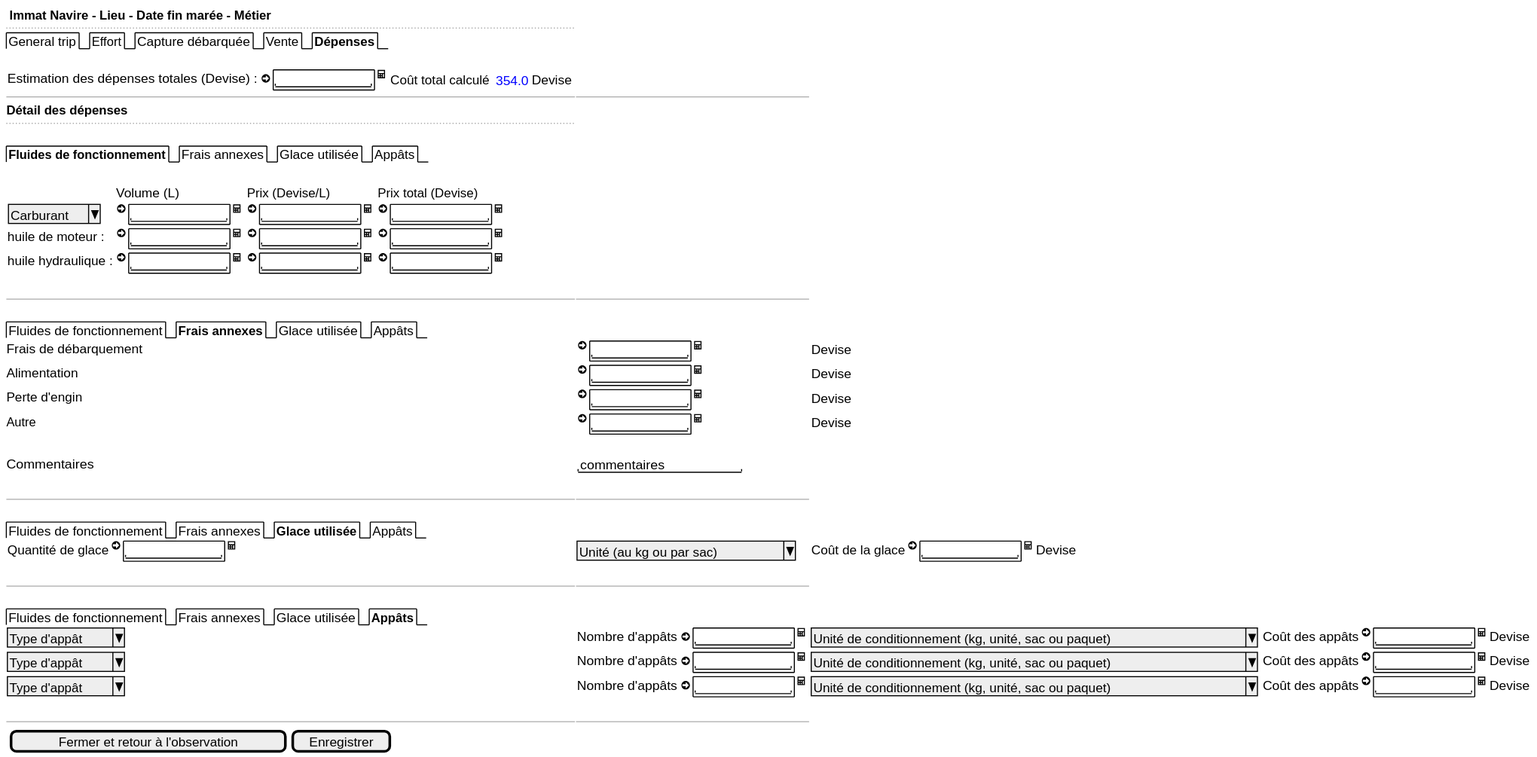
Above: use-case/collect/trip/landing-ui-expenses.svg in sumaris-net/sumaris-doc (PlantUML), before the change. Its source is kept beside it as use-case/collect/trip/landing-ui-expenses.puml.
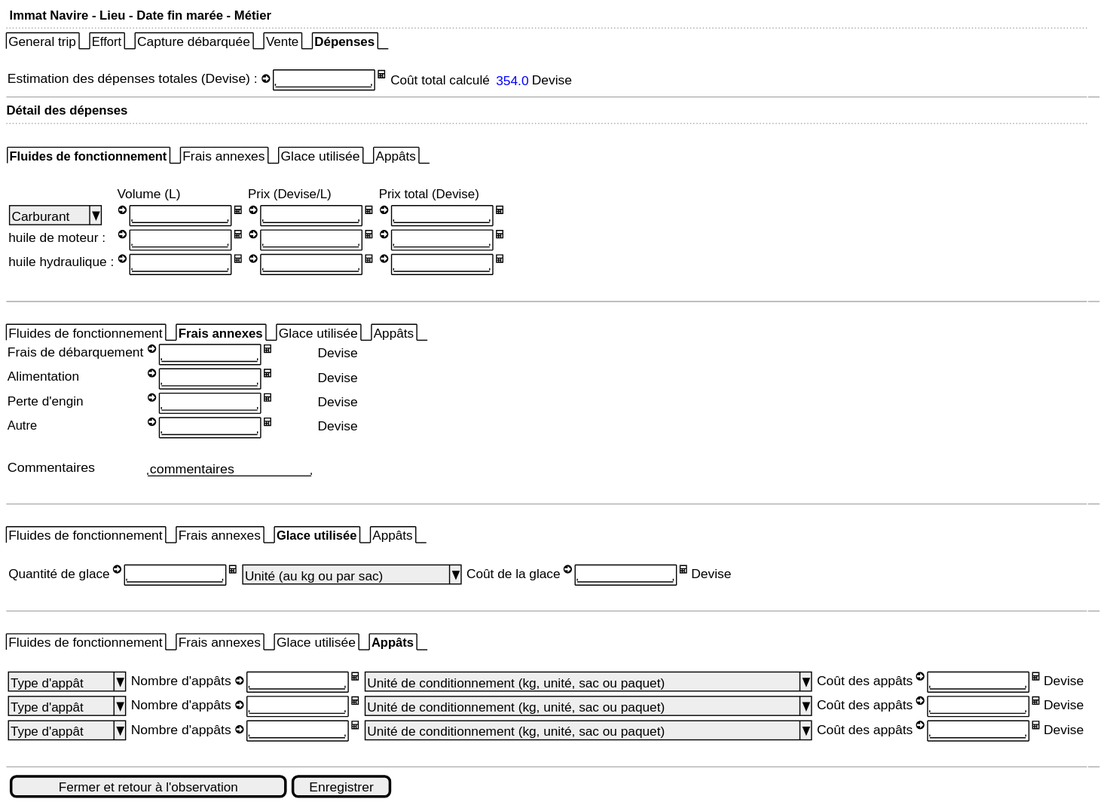
After the commit.

The edit, as a diff of the source:
```diff
@@ -9,6 +9,7 @@
   <b>Détail des dépenses
   ..
   .
+  {
     {/ <b>Fluides de fonctionnement | Frais annexes | Glace utilisée | Appâts }
   .
     {
@@ -17,31 +18,37 @@
     huile de moteur :   | { <&arrow-circle-right> {+"           " } <&calculator>} | {<&arrow-circle-right> {+"           " } <&calculator>} | {<&arrow-circle-right> {+"           " } <&calculator>}
     huile hydraulique : | { <&arrow-circle-right> {+"           " } <&calculator>} | {<&arrow-circle-right> {+"           " } <&calculator>} | {<&arrow-circle-right> {+"           " } <&calculator>}
     }
+  }
   .
   -- | --
   .
     {/ Fluides de fonctionnement | <b>Frais annexes | Glace utilisée | Appâts }
-
+   {
     Frais de débarquement | { <&arrow-circle-right> {+"           " } <&calculator>} | {Devise}
     Alimentation          | { <&arrow-circle-right> {+"           " } <&calculator>} | {Devise}
     Perte d'engin         | { <&arrow-circle-right> {+"           " } <&calculator>} | {Devise}
     Autre                 | { <&arrow-circle-right> {+"           " } <&calculator>} | {Devise}
     .
     Commentaires              | { "commentaires       "}
+  }
   .
   -- | --
   .
     {/ Fluides de fonctionnement | Frais annexes | <b>Glace utilisée | Appâts }
-
+    .
+  {
     {Quantité de glace | <&arrow-circle-right> {+"           " } <&calculator>}  | { ^Unité (au kg ou par sac)^ } | { Coût de la glace | <&arrow-circle-right> {+"           " } <&calculator> | Devise}
+  }
   .
   -- | --
   .
     {/ Fluides de fonctionnement | Frais annexes | Glace utilisée | <b>Appâts }
-
+    .
+   {
     { ^Type d'appât^ } | {Nombre d'appâts <&arrow-circle-right> {+"           " } <&calculator>} | { ^Unité de conditionnement (kg, unité, sac ou paquet)^ } | { Coût des appâts | <&arrow-circle-right> {+"           " } <&calculator> | Devise}
     { ^Type d'appât^ } | {Nombre d'appâts <&arrow-circle-right> {+"           " } <&calculator>} | { ^Unité de conditionnement (kg, unité, sac ou paquet)^ } | { Coût des appâts | <&arrow-circle-right> {+"           " } <&calculator> | Devise}
     { ^Type d'appât^ } | {Nombre d'appâts <&arrow-circle-right> {+"           " } <&calculator>} | { ^Unité de conditionnement (kg, unité, sac ou paquet)^ } | { Coût des appâts | <&arrow-circle-right> {+"           " } <&calculator> | Devise}
+  }
   .
   -- | --
   {{[Fermer et retour à l'observation] | [Enregistrer]}}
```
